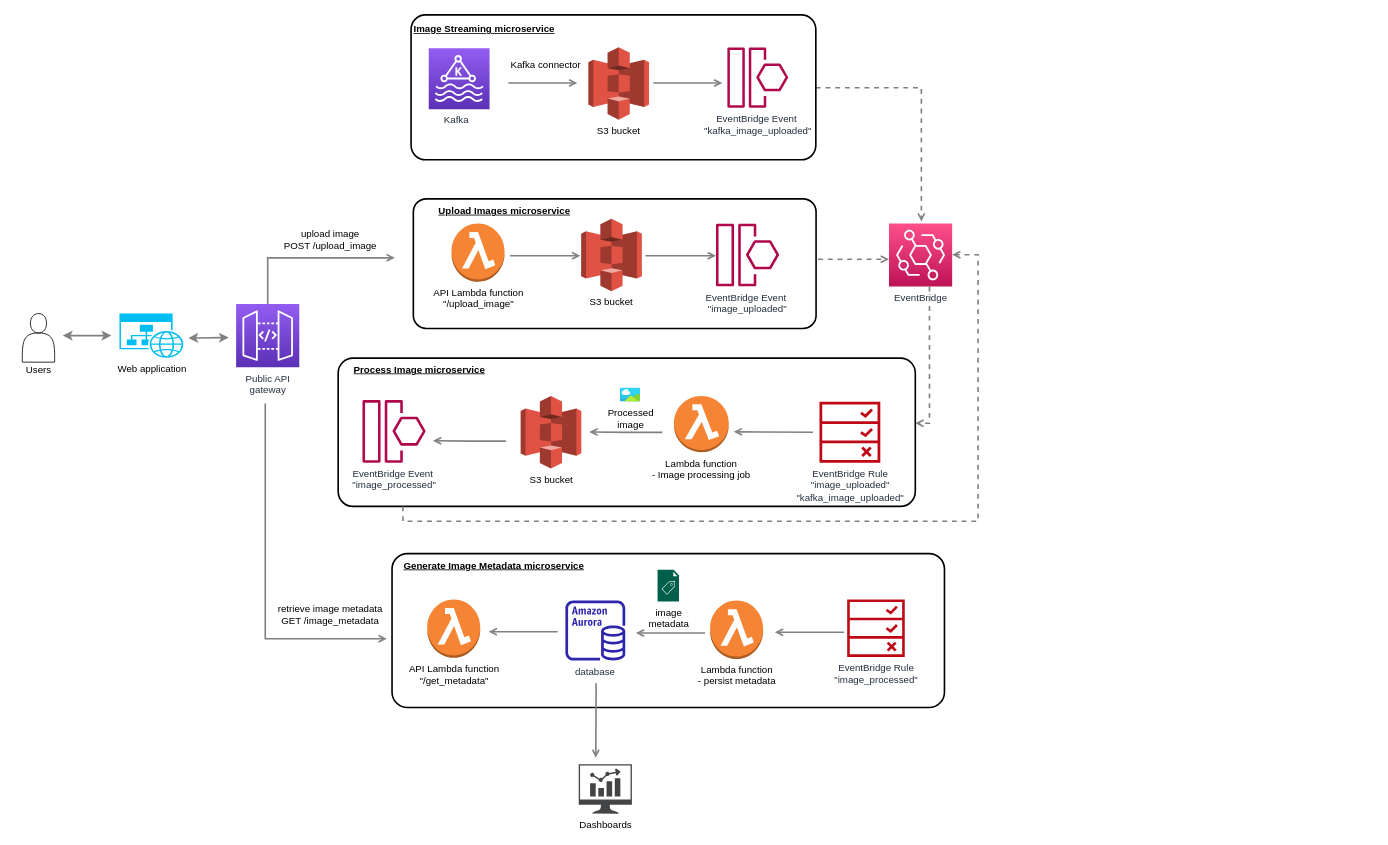
Before: section_3_system_design/image_processing_engine.drawio in siewleekoh/govtech_de_test, a draw.io diagram. Source tidied: cells renumbered, new cells numbered last; positions are measured from the earlier drawing's top-left corner, leaving out a move shared by most shapes. Both pictures are drawn from the tidied source at 81%, with x=0, y=0 at pixel (14, 15).
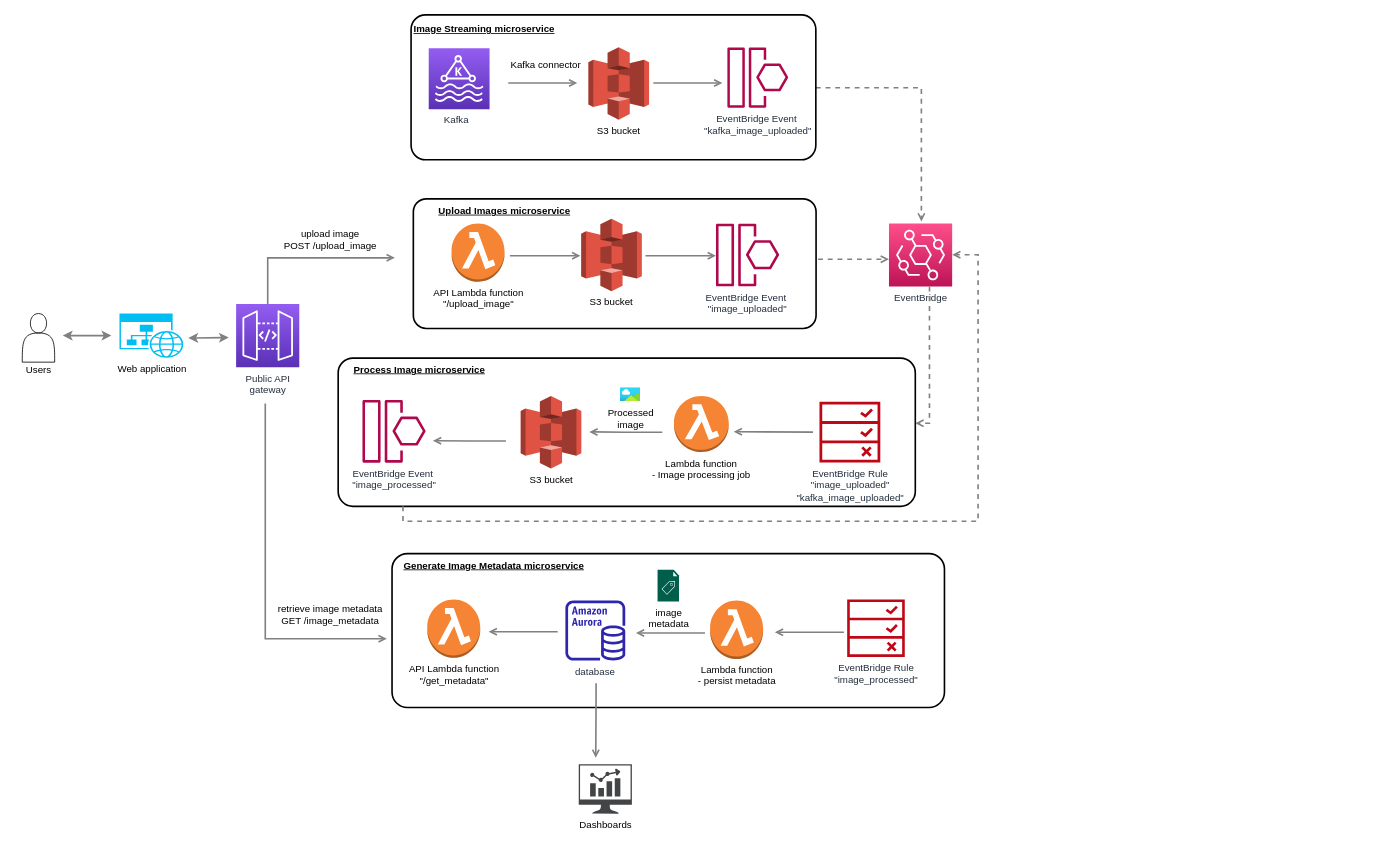
The same diagram, later.

What changed in the source:
```diff
@@
-    <mxCell id="27" style="group;" parent="1" vertex="1">
-      <mxGeometry x="430" y="423.1" width="1250" height="283" as="geometry" />
-    </mxCell>
-    <mxCell id="28" value="EventBridge Event&amp;nbsp;&lt;br&gt;&quot;image_processed&quot;" style="sketch=0;fontColor=#232F3E;gradientColor=none;fillColor=#B0084D;strokeColor=none;dashed=0;verticalLabelPosition=bottom;verticalAlign=top;align=center;html=1;fontSize=12;fontStyle=0;shape=mxgraph.aws4.event_resource;" parent="27" vertex="1">
-      <mxGeometry y="52" width="78" height="78" as="geometry" />
+    <mxCell id="28" value="EventBridge Event&amp;nbsp;&lt;br&gt;&quot;image_processed&quot;" style="sketch=0;fontColor=#232F3E;gradientColor=none;fillColor=#B0084D;strokeColor=none;dashed=0;verticalLabelPosition=bottom;verticalAlign=top;align=center;html=1;fontSize=12;fontStyle=0;shape=mxgraph.aws4.event_resource;" parent="1" vertex="1">
+      <mxGeometry x="430" y="475" width="78" height="78" as="geometry" />
     </mxCell>
-    <mxCell id="29" style="edgeStyle=orthogonalEdgeStyle;rounded=0;orthogonalLoop=1;jettySize=auto;html=1;startArrow=none;startFill=0;endArrow=open;endFill=0;strokeColor=#808080;strokeWidth=2;" parent="27" edge="1">
+    <mxCell id="29" style="edgeStyle=orthogonalEdgeStyle;rounded=0;orthogonalLoop=1;jettySize=auto;html=1;startArrow=none;startFill=0;endArrow=open;endFill=0;strokeColor=#808080;strokeWidth=2;" parent="1" edge="1">
       <mxGeometry relative="1" as="geometry">
-        <mxPoint x="177.1" y="103" as="sourcePoint" />
-        <mxPoint x="87" y="102.5" as="targetPoint" />
+        <mxPoint x="607.1" y="526" as="sourcePoint" />
+        <mxPoint x="517" y="525.6" as="targetPoint" />
         <Array as="points">
-          <mxPoint x="132.1" y="103" />
+          <mxPoint x="562.1" y="526" />
         </Array>
       </mxGeometry>
     </mxCell>
-    <mxCell id="30" style="group;" parent="27" vertex="1">
-      <mxGeometry x="-30" width="712.5" height="200" as="geometry" />
+    <mxCell id="30" style="group;" parent="1" vertex="1">
+      <mxGeometry x="400" y="423" width="712.5" height="200" as="geometry" />
     </mxCell>
@@
-    <mxCell id="40" style="group;" parent="27" vertex="1">
-      <mxGeometry x="80" y="-196.1" width="480" height="162" as="geometry" />
+    <mxCell id="40" style="group;" parent="1" vertex="1">
+      <mxGeometry x="510" y="227" width="480" height="162" as="geometry" />
     </mxCell>
```
